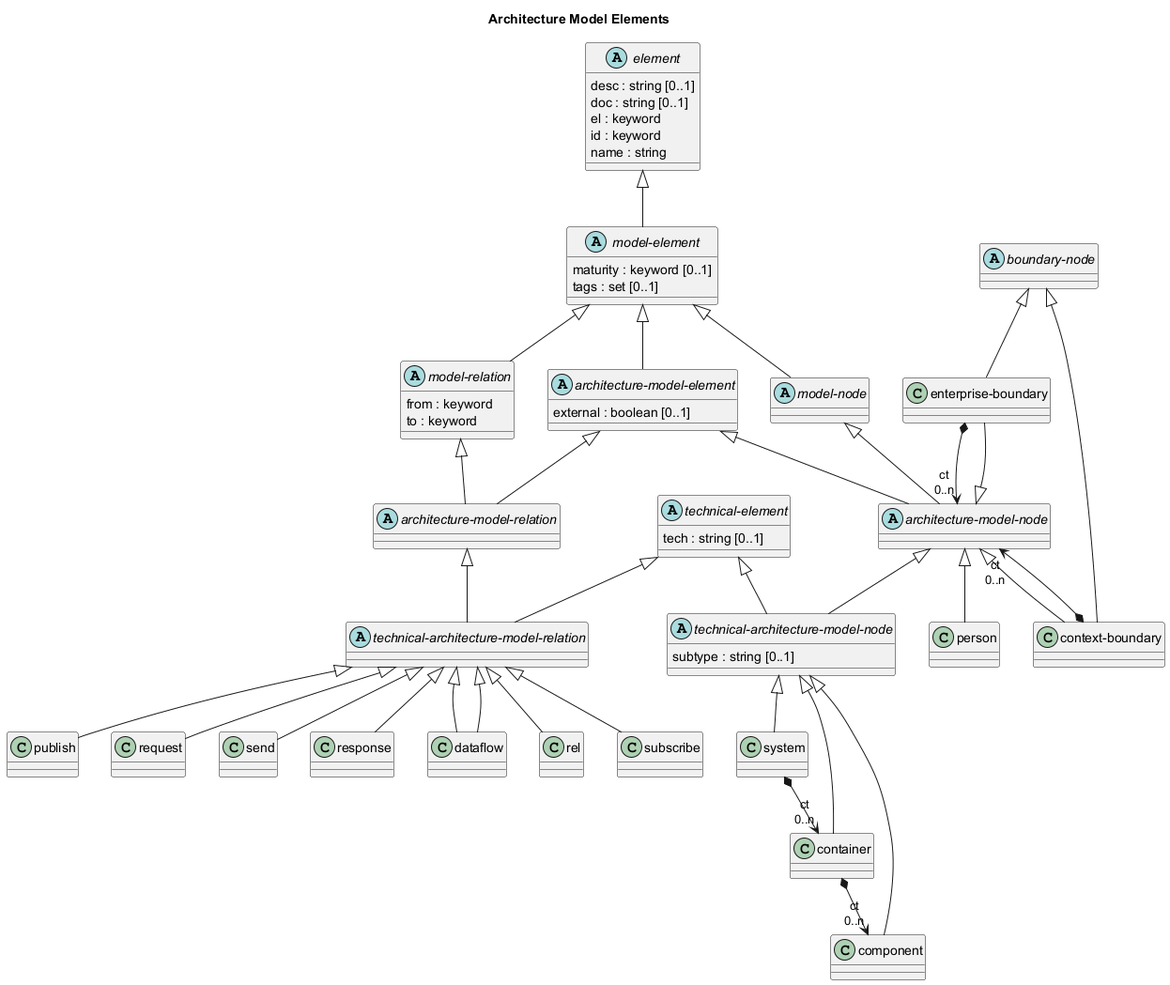
The PlantUML diagram docs/overarch/data-model/architecture-model-elements.png in soulspace-org/overarch, before a commit. The source it was exported from:
```plantuml
@startuml architecture-model-elements






title Architecture Model Elements

class "enterprise-boundary" as overarch_dataModel_enterpriseBoundary {}
abstract class "technical-architecture-model-node" as overarch_dataModel_technicalArchitectureModelNode {
  subtype : string [0..1]
}
class "publish" as overarch_dataModel_publish {}
abstract class "model-element" as overarch_dataModel_modelElement {
  maturity : keyword [0..1]
  tags : set [0..1]
}
class "request" as overarch_dataModel_request {}
abstract class "architecture-model-node" as overarch_dataModel_architectureModelNode {}
class "person" as overarch_dataModel_person {}
class "component" as overarch_dataModel_component {}
abstract class "architecture-model-relation" as overarch_dataModel_architectureModelRelation {}
class "send" as overarch_dataModel_send {}
abstract class "technical-element" as overarch_dataModel_technicalElement {
  tech : string [0..1]
}
class "response" as overarch_dataModel_response {}
class "dataflow" as overarch_dataModel_dataflow {}
class "context-boundary" as overarch_dataModel_contextBoundary {}
abstract class "model-node" as overarch_dataModel_modelNode {}
abstract class "model-relation" as overarch_dataModel_modelRelation {
  from : keyword
  to : keyword
}
class "rel" as overarch_dataModel_rel {}
abstract class "boundary-node" as overarch_dataModel_boundaryNode {}
class "subscribe" as overarch_dataModel_subscribe {}
class "system" as overarch_dataModel_system {}
abstract class "technical-architecture-model-relation" as overarch_dataModel_technicalArchitectureModelRelation {}
abstract class "element" as overarch_dataModel_element {
  desc : string [0..1]
  doc : string [0..1]
  el : keyword
  id : keyword
  name : string
}
abstract class "architecture-model-element" as overarch_dataModel_architectureModelElement {
  external : boolean [0..1]
}
class "container" as overarch_dataModel_container {}
overarch_dataModel_architectureModelNode <|-- overarch_dataModel_person
overarch_dataModel_modelElement <|-- overarch_dataModel_architectureModelElement
overarch_dataModel_modelNode <|-- overarch_dataModel_architectureModelNode
overarch_dataModel_technicalArchitectureModelRelation <|-- overarch_dataModel_rel
overarch_dataModel_technicalArchitectureModelRelation <|-- overarch_dataModel_send
overarch_dataModel_element <|-- overarch_dataModel_modelElement
overarch_dataModel_technicalArchitectureModelNode <|-- overarch_dataModel_component
overarch_dataModel_technicalArchitectureModelRelation <|-- overarch_dataModel_publish
overarch_dataModel_boundaryNode <|-- overarch_dataModel_contextBoundary
overarch_dataModel_architectureModelRelation <|-- overarch_dataModel_technicalArchitectureModelRelation
overarch_dataModel_contextBoundary *-->  "ct\n0..n" overarch_dataModel_architectureModelNode
overarch_dataModel_modelElement <|-- overarch_dataModel_modelNode
overarch_dataModel_technicalElement <|-- overarch_dataModel_technicalArchitectureModelNode
overarch_dataModel_technicalArchitectureModelRelation <|-- overarch_dataModel_dataflow
overarch_dataModel_architectureModelNode <|-- overarch_dataModel_technicalArchitectureModelNode
overarch_dataModel_technicalArchitectureModelNode <|-- overarch_dataModel_container
overarch_dataModel_architectureModelElement <|-- overarch_dataModel_architectureModelNode
overarch_dataModel_boundaryNode <|-- overarch_dataModel_enterpriseBoundary
overarch_dataModel_modelElement <|-- overarch_dataModel_modelRelation
overarch_dataModel_technicalArchitectureModelRelation <|-- overarch_dataModel_dataflow
overarch_dataModel_system *-->  "ct\n0..n" overarch_dataModel_container
overarch_dataModel_architectureModelNode <|-- overarch_dataModel_enterpriseBoundary
overarch_dataModel_architectureModelElement <|-- overarch_dataModel_architectureModelRelation
overarch_dataModel_technicalArchitectureModelNode <|-- overarch_dataModel_system
overarch_dataModel_technicalElement <|-- overarch_dataModel_technicalArchitectureModelRelation
overarch_dataModel_container *-->  "ct\n0..n" overarch_dataModel_component
overarch_dataModel_enterpriseBoundary *-->  "ct\n0..n" overarch_dataModel_architectureModelNode
overarch_dataModel_technicalArchitectureModelRelation <|-- overarch_dataModel_request
overarch_dataModel_technicalArchitectureModelRelation <|-- overarch_dataModel_subscribe
overarch_dataModel_modelRelation <|-- overarch_dataModel_architectureModelRelation
overarch_dataModel_technicalArchitectureModelRelation <|-- overarch_dataModel_response
overarch_dataModel_architectureModelNode <|-- overarch_dataModel_contextBoundary
@enduml
```
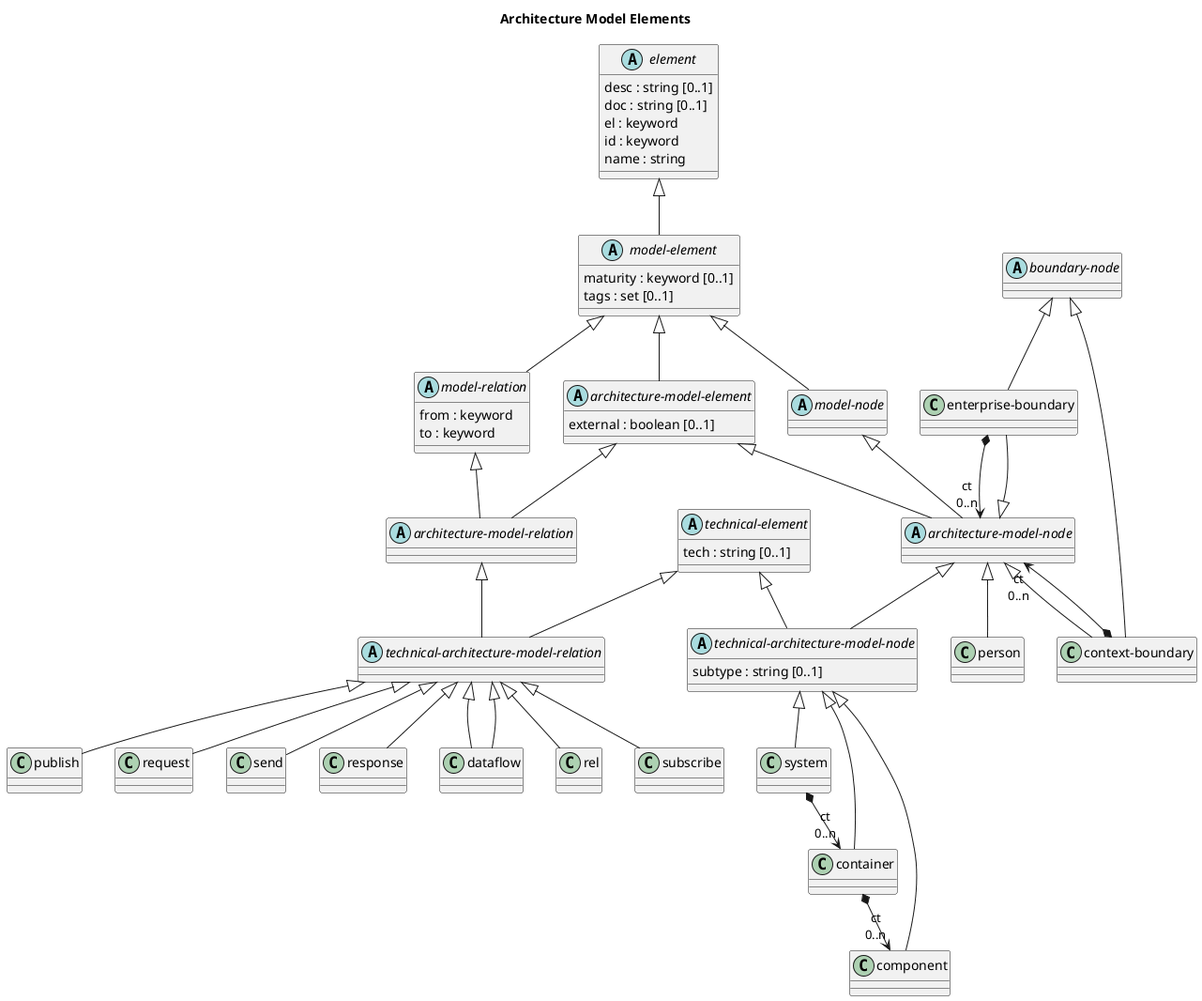
The same diagram one commit later.

Change to the diagram source:
```diff
@@ -26,6 +26,8 @@
   tech : string [0..1]
 }
 class "response" as overarch_dataModel_response {}
+class "system" as overarch_dataModel_system {}
+class "container" as overarch_dataModel_container {}
 class "dataflow" as overarch_dataModel_dataflow {}
 class "context-boundary" as overarch_dataModel_contextBoundary {}
 abstract class "model-node" as overarch_dataModel_modelNode {}
@@ -36,7 +38,6 @@
 class "rel" as overarch_dataModel_rel {}
 abstract class "boundary-node" as overarch_dataModel_boundaryNode {}
 class "subscribe" as overarch_dataModel_subscribe {}
-class "system" as overarch_dataModel_system {}
 abstract class "technical-architecture-model-relation" as overarch_dataModel_technicalArchitectureModelRelation {}
 abstract class "element" as overarch_dataModel_element {
   desc : string [0..1]
@@ -48,7 +49,6 @@
 abstract class "architecture-model-element" as overarch_dataModel_architectureModelElement {
   external : boolean [0..1]
 }
-class "container" as overarch_dataModel_container {}
 overarch_dataModel_architectureModelNode <|-- overarch_dataModel_person
 overarch_dataModel_modelElement <|-- overarch_dataModel_architectureModelElement
 overarch_dataModel_modelNode <|-- overarch_dataModel_architectureModelNode
```
